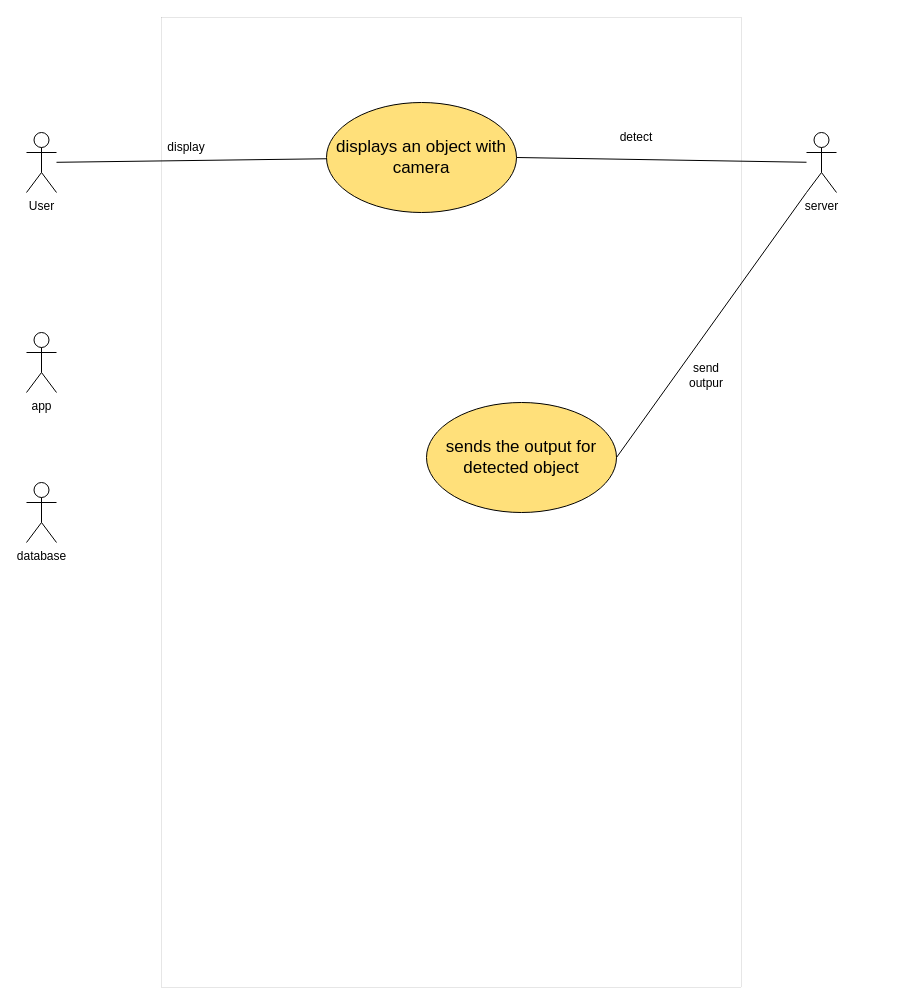
Above: Başlıksız Diyagram.drawio in kaanygl/database (draw.io), before the change. Source tidied: cells renumbered, new cells numbered last; positions are measured from the earlier drawing's top-left corner, leaving out a move shared by most shapes. Both pictures are drawn from the tidied source at 100%, with x=0, y=0 at pixel (-34, 102).
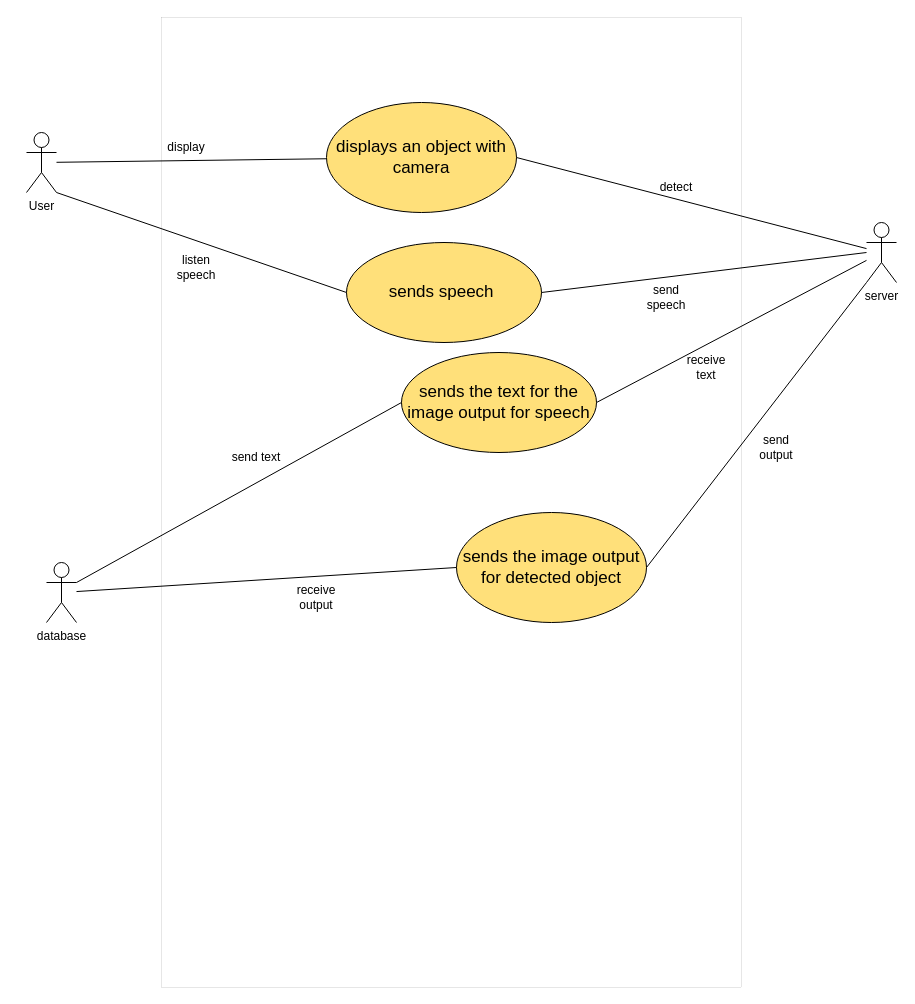
The same diagram, later.

Unchanged cells that the change refers to:
```xml
<mxCell id="2" value="User&lt;br&gt;" style="shape=umlActor;verticalLabelPosition=bottom;verticalAlign=top;html=1;outlineConnect=0;" parent="1" vertex="1">
  <mxGeometry x="60" y="30" width="30" height="60" as="geometry" />
</mxCell>
```

Change to the diagram source:
```diff
@@
     <mxCell id="4" value="server&lt;br&gt;" style="shape=umlActor;verticalLabelPosition=bottom;verticalAlign=top;html=1;outlineConnect=0;" parent="1" vertex="1">
-      <mxGeometry x="840" y="30" width="30" height="60" as="geometry" />
+      <mxGeometry x="900" y="120" width="30" height="60" as="geometry" />
     </mxCell>
     <mxCell id="5" value="database" style="shape=umlActor;verticalLabelPosition=bottom;verticalAlign=top;html=1;outlineConnect=0;" parent="1" vertex="1">
-      <mxGeometry x="60" y="380" width="30" height="60" as="geometry" />
+      <mxGeometry x="80" y="460" width="30" height="60" as="geometry" />
     </mxCell>
@@
     <mxCell id="10" value="detect" style="text;html=1;strokeColor=none;fillColor=none;align=center;verticalAlign=middle;whiteSpace=wrap;rounded=0;" parent="1" vertex="1">
-      <mxGeometry x="640" y="20" width="60" height="30" as="geometry" />
+      <mxGeometry x="680" y="70" width="60" height="30" as="geometry" />
     </mxCell>
-    <mxCell id="11" value="&lt;font style=&quot;font-size: 17px;&quot;&gt;sends the output for detected object&lt;/font&gt;" style="ellipse;whiteSpace=wrap;html=1;fillColor=#FFE07A;" parent="1" vertex="1">
-      <mxGeometry x="460" y="300" width="190" height="110" as="geometry" />
+    <mxCell id="11" value="&lt;font style=&quot;font-size: 17px;&quot;&gt;sends the image output for detected object&lt;/font&gt;" style="ellipse;whiteSpace=wrap;html=1;fillColor=#FFE07A;" parent="1" vertex="1">
+      <mxGeometry x="490" y="410" width="190" height="110" as="geometry" />
     </mxCell>
@@
-    <mxCell id="13" value="send outpur" style="text;html=1;strokeColor=none;fillColor=none;align=center;verticalAlign=middle;whiteSpace=wrap;rounded=0;" parent="1" vertex="1">
-      <mxGeometry x="710" y="258" width="60" height="30" as="geometry" />
+    <mxCell id="13" value="send output" style="text;html=1;strokeColor=none;fillColor=none;align=center;verticalAlign=middle;whiteSpace=wrap;rounded=0;" parent="1" vertex="1">
+      <mxGeometry x="780" y="330" width="60" height="30" as="geometry" />
     </mxCell>
-    <mxCell id="14" value="app" style="shape=umlActor;verticalLabelPosition=bottom;verticalAlign=top;html=1;" parent="1" vertex="1">
-      <mxGeometry x="60" y="230" width="30" height="60" as="geometry" />
-    </mxCell>
+    <mxCell id="15" style="endArrow=none;html=1;rounded=0;entryX=0;entryY=0.5;entryDx=0;entryDy=0;" parent="1" edge="1" source="5" target="11">
+      <mxGeometry relative="1" as="geometry" />
+    </mxCell>
+    <mxCell id="16" value="receive output" style="text;html=1;strokeColor=none;fillColor=none;align=center;verticalAlign=middle;whiteSpace=wrap;rounded=0;" parent="1" vertex="1">
+      <mxGeometry x="320" y="480" width="60" height="30" as="geometry" />
+    </mxCell>
+    <mxCell id="17" value="&lt;font style=&quot;font-size: 17px;&quot;&gt;sends the text for the image output for speech&lt;/font&gt;" style="ellipse;whiteSpace=wrap;html=1;fillColor=#FFE07A;" parent="1" vertex="1">
+      <mxGeometry x="435" y="250" width="195" height="100" as="geometry" />
+    </mxCell>
+    <mxCell id="18" style="endArrow=none;html=1;rounded=0;entryX=0;entryY=0.5;entryDx=0;entryDy=0;exitX=1;exitY=0.3333333333333333;exitDx=0;exitDy=0;exitPerimeter=0;" parent="1" edge="1" source="5" target="17">
+      <mxGeometry relative="1" as="geometry" />
+    </mxCell>
+    <mxCell id="19" value="send text" style="text;html=1;strokeColor=none;fillColor=none;align=center;verticalAlign=middle;whiteSpace=wrap;rounded=0;" parent="1" vertex="1">
+      <mxGeometry x="260" y="340" width="60" height="30" as="geometry" />
+    </mxCell>
+    <mxCell id="20" style="endArrow=none;html=1;rounded=0;exitX=1;exitY=0.5;exitDx=0;exitDy=0;" parent="1" edge="1" source="17" target="4">
+      <mxGeometry relative="1" as="geometry" />
+    </mxCell>
+    <mxCell id="21" value="&lt;font style=&quot;font-size: 17px;&quot;&gt;sends speech&amp;nbsp;&lt;/font&gt;" style="ellipse;whiteSpace=wrap;html=1;fillColor=#FFE07A;" parent="1" vertex="1">
+      <mxGeometry x="380" y="140" width="195" height="100" as="geometry" />
+    </mxCell>
+    <mxCell id="22" style="endArrow=none;html=1;rounded=0;exitX=1;exitY=0.5;exitDx=0;exitDy=0;" parent="1" edge="1" source="21">
+      <mxGeometry relative="1" as="geometry">
+        <mxPoint x="900" y="150" as="targetPoint" />
+      </mxGeometry>
+    </mxCell>
+    <mxCell id="23" style="endArrow=none;html=1;rounded=0;exitX=1;exitY=1;exitDx=0;exitDy=0;exitPerimeter=0;entryX=0;entryY=0.5;entryDx=0;entryDy=0;" parent="1" edge="1" source="2" target="21">
+      <mxGeometry relative="1" as="geometry" />
+    </mxCell>
+    <mxCell id="24" value="receive text" style="text;html=1;strokeColor=none;fillColor=none;align=center;verticalAlign=middle;whiteSpace=wrap;rounded=0;" parent="1" vertex="1">
+      <mxGeometry x="710" y="250" width="60" height="30" as="geometry" />
+    </mxCell>
+    <mxCell id="25" value="send speech" style="text;html=1;strokeColor=none;fillColor=none;align=center;verticalAlign=middle;whiteSpace=wrap;rounded=0;" parent="1" vertex="1">
+      <mxGeometry x="670" y="180" width="60" height="30" as="geometry" />
+    </mxCell>
+    <mxCell id="26" value="listen speech" style="text;html=1;strokeColor=none;fillColor=none;align=center;verticalAlign=middle;whiteSpace=wrap;rounded=0;" parent="1" vertex="1">
+      <mxGeometry x="200" y="150" width="60" height="30" as="geometry" />
+    </mxCell>
```
